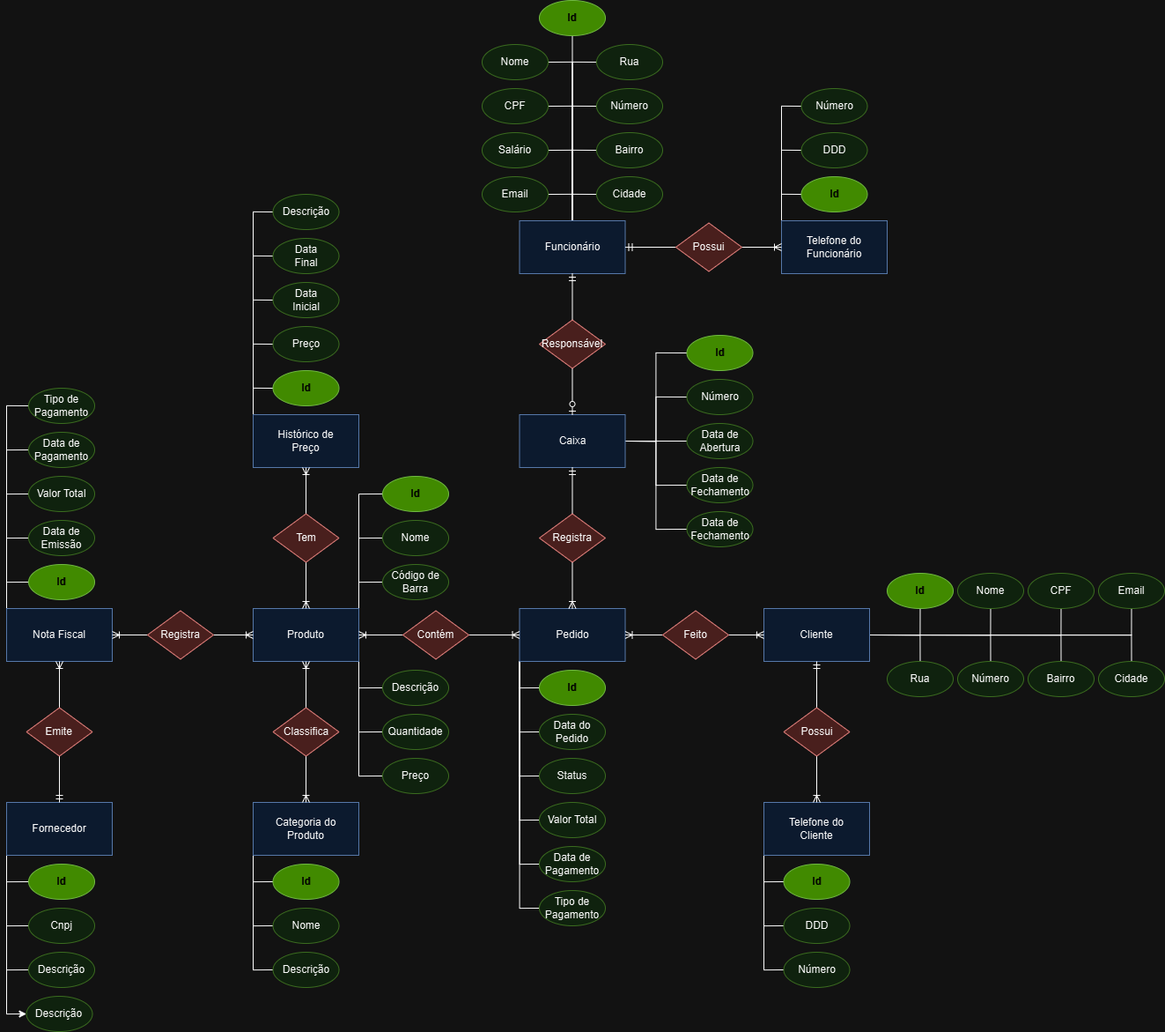
queirogaraffael/supermerkatDatabase keeps this draw.io diagram as diagrams/DER.png. Above is the earlier version. Source tidied: cells renumbered, new cells last; positions are measured from the earlier drawing's top-left corner, leaving out a move shared by most shapes.
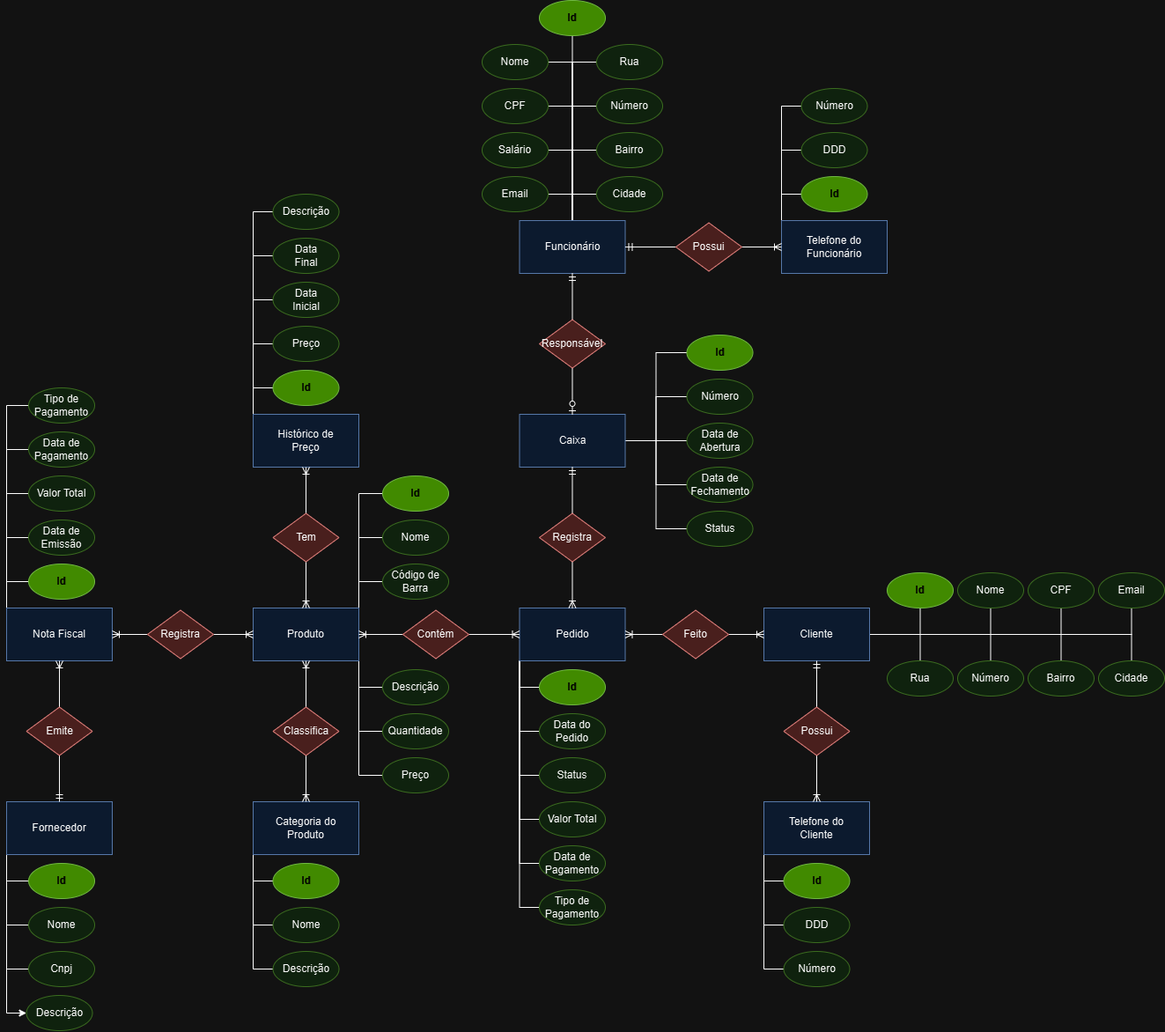
After the commit.

Commit message:
Corrreções no DER

What changed in the source:
```diff
@@ -269,10 +269,10 @@
     <mxCell id="70" style="edgeStyle=orthogonalEdgeStyle;rounded=0;orthogonalLoop=1;jettySize=auto;html=1;exitX=0.5;exitY=1;exitDx=0;exitDy=0;" parent="1" edge="1" source="12" target="12">
       <mxGeometry relative="1" as="geometry" />
     </mxCell>
-    <mxCell id="71" value="Descrição" style="ellipse;whiteSpace=wrap;html=1;fillColor=#d5e8d4;strokeColor=#82b366;" parent="1" vertex="1">
+    <mxCell id="71" value="Cnpj" style="ellipse;whiteSpace=wrap;html=1;fillColor=#d5e8d4;strokeColor=#82b366;" parent="1" vertex="1">
       <mxGeometry x="25" y="1080" width="75" height="40" as="geometry" />
     </mxCell>
-    <mxCell id="72" value="Cnpj" style="ellipse;whiteSpace=wrap;html=1;fillColor=#d5e8d4;strokeColor=#82b366;" parent="1" vertex="1">
+    <mxCell id="72" value="Nome" style="ellipse;whiteSpace=wrap;html=1;fillColor=#d5e8d4;strokeColor=#82b366;" parent="1" vertex="1">
       <mxGeometry x="25" y="1030" width="75" height="40" as="geometry" />
     </mxCell>
     <mxCell id="73" value="Id" style="ellipse;whiteSpace=wrap;html=1;fillColor=#60a917;strokeColor=#2D7600;fontColor=#ffffff;" parent="1" vertex="1">
@@ -527,7 +527,7 @@
     <mxCell id="156" value="Descrição" style="ellipse;whiteSpace=wrap;html=1;fillColor=#d5e8d4;strokeColor=#82b366;" parent="1" vertex="1">
       <mxGeometry x="22.5" y="1130" width="75" height="40" as="geometry" />
     </mxCell>
-    <mxCell id="157" value="Data de&lt;div&gt;Fechamento&lt;/div&gt;" style="ellipse;whiteSpace=wrap;html=1;fillColor=#d5e8d4;strokeColor=#82b366;" parent="1" vertex="1">
+    <mxCell id="157" value="Status" style="ellipse;whiteSpace=wrap;html=1;fillColor=#d5e8d4;strokeColor=#82b366;" parent="1" vertex="1">
       <mxGeometry x="772.5" y="580" width="75" height="40" as="geometry" />
     </mxCell>
   </root>
```
